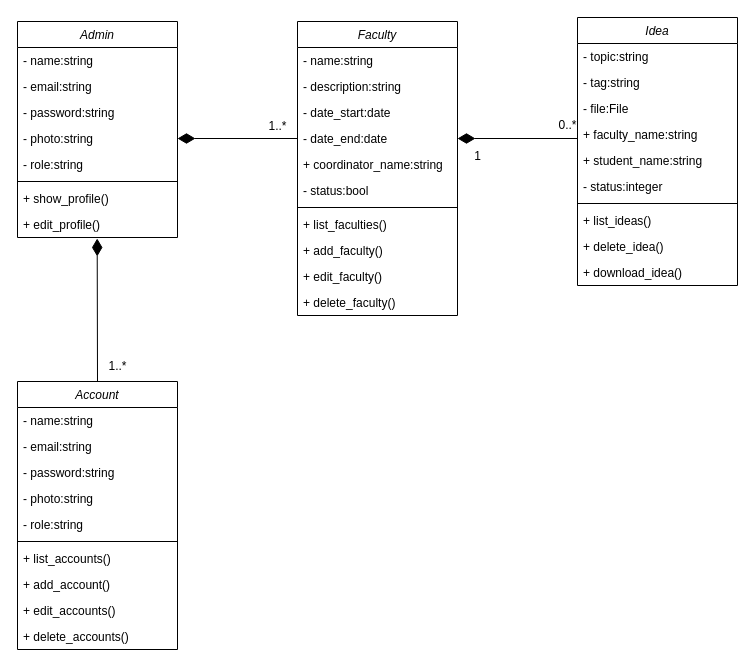
Earlier version of the draw.io diagram page "Admin" (2 of 5) of Database System Design diagram/Class Diagram.drawio (HungBuii/creative_ideas_project_1). Source tidied: cells renumbered, new cells numbered last; positions are measured from the earlier drawing's top-left corner, leaving out a move shared by most shapes. Both pictures are drawn from the tidied source at 100%, with x=0, y=0 at pixel (17, 17).
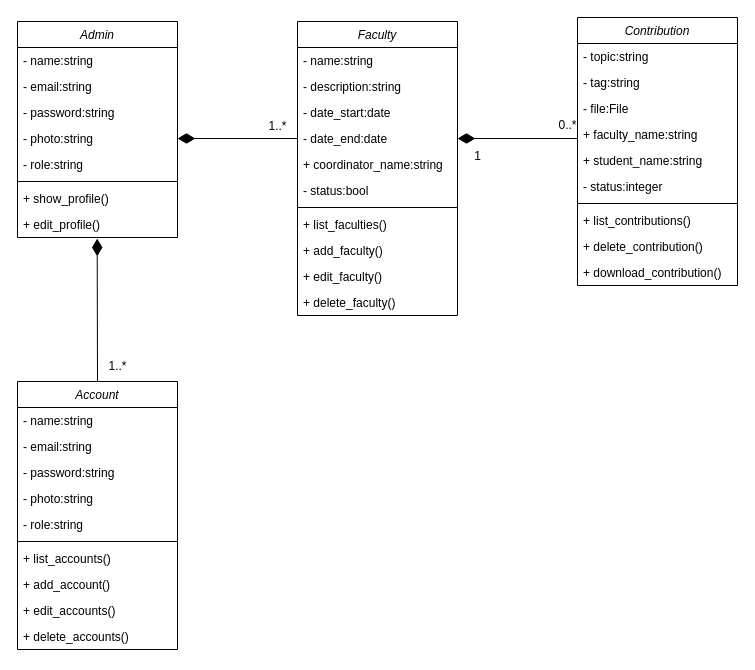
After the change.

Change to the diagram source:
```diff
@@
-    <mxCell id="38" value="Idea" style="swimlane;fontStyle=2;align=center;verticalAlign=top;horizontal=1;startSize=26;rounded=0;shadow=0;strokeWidth=1;" parent="1" vertex="1">
+    <mxCell id="38" value="Contribution" style="swimlane;fontStyle=2;align=center;verticalAlign=top;horizontal=1;startSize=26;rounded=0;shadow=0;strokeWidth=1;" parent="1" vertex="1">
       <mxGeometry x="560" width="160" height="268" as="geometry" />
     </mxCell>
@@
-    <mxCell id="46" value="+ list_ideas()" style="text;align=left;verticalAlign=top;spacingLeft=4;spacingRight=4;overflow=hidden;" parent="38" vertex="1">
+    <mxCell id="46" value="+ list_contributions()" style="text;align=left;verticalAlign=top;spacingLeft=4;spacingRight=4;overflow=hidden;" parent="38" vertex="1">
       <mxGeometry y="190" width="160" height="26" as="geometry" />
     </mxCell>
-    <mxCell id="47" value="+ delete_idea()" style="text;align=left;verticalAlign=top;spacingLeft=4;spacingRight=4;overflow=hidden;" parent="38" vertex="1">
+    <mxCell id="47" value="+ delete_contribution()" style="text;align=left;verticalAlign=top;spacingLeft=4;spacingRight=4;overflow=hidden;" parent="38" vertex="1">
       <mxGeometry y="216" width="160" height="26" as="geometry" />
     </mxCell>
-    <mxCell id="48" value="+ download_idea()" style="text;align=left;verticalAlign=top;spacingLeft=4;spacingRight=4;overflow=hidden;" parent="38" vertex="1">
+    <mxCell id="48" value="+ download_contribution()" style="text;align=left;verticalAlign=top;spacingLeft=4;spacingRight=4;overflow=hidden;" parent="38" vertex="1">
       <mxGeometry y="242" width="160" height="26" as="geometry" />
     </mxCell>
```
